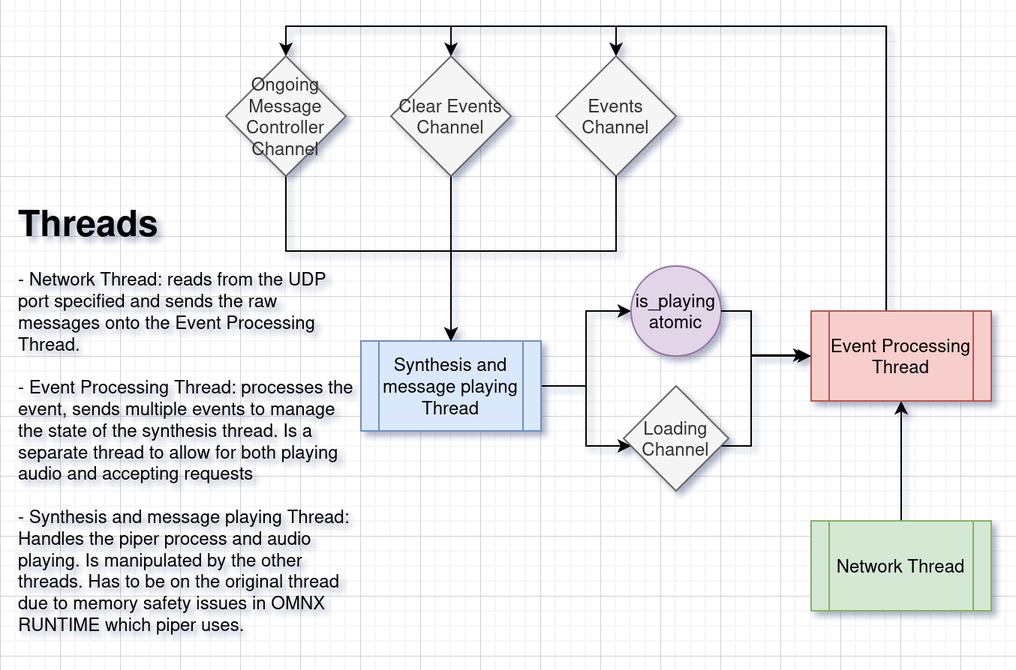
The draw.io diagram miTTenS/structure.png in Retkid/CDN, before a commit. Source tidied: cells renumbered, new cells last; positions are measured from the earlier drawing's top-left corner, leaving out a move shared by most shapes.
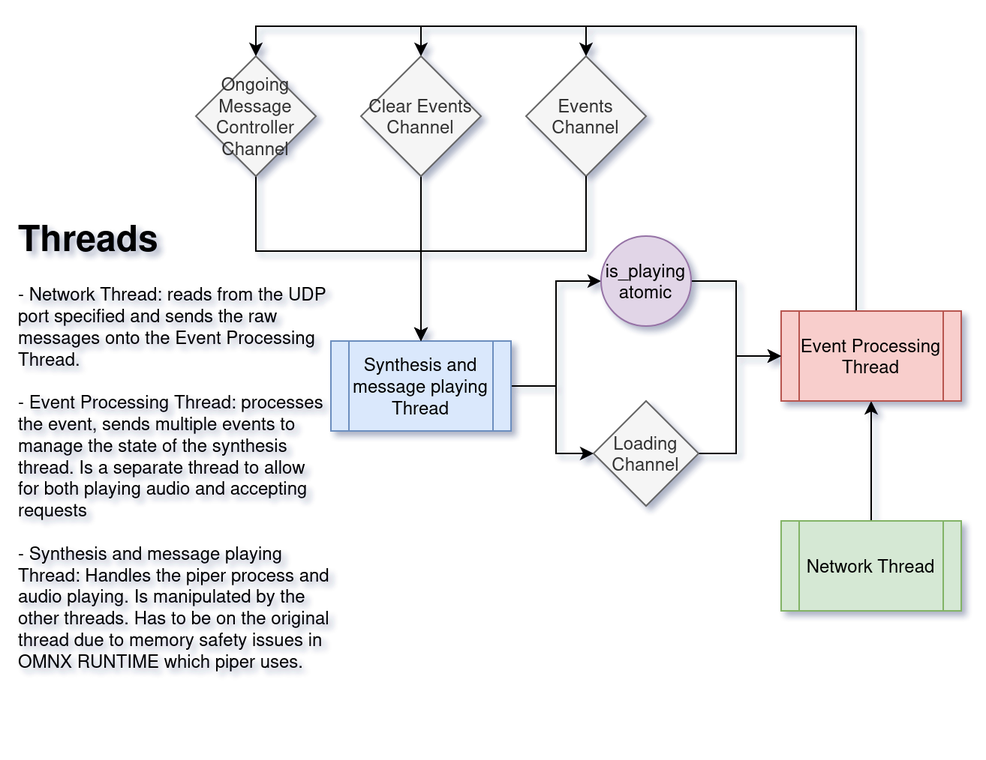
Above is the later version.

What changed in the source:
```diff
@@ -3,13 +3,18 @@
     <mxCell id="0" />
     <mxCell id="1" parent="0" />
     <mxCell id="2" style="edgeStyle=orthogonalEdgeStyle;rounded=0;jettySize=auto;html=1;entryX=0;entryY=0.5;entryDx=0;entryDy=0;" parent="1" edge="1" source="4" target="17">
-      <mxGeometry relative="1" as="geometry" />
+      <mxGeometry relative="1" as="geometry">
+        <Array as="points">
+          <mxPoint x="380" y="240" />
+          <mxPoint x="380" y="170" />
+        </Array>
+      </mxGeometry>
     </mxCell>
     <mxCell id="3" style="edgeStyle=orthogonalEdgeStyle;rounded=0;jettySize=auto;html=1;" parent="1" edge="1" source="4" target="19">
       <mxGeometry relative="1" as="geometry">
         <Array as="points">
           <mxPoint x="380" y="240" />
-          <mxPoint x="380" y="280" />
+          <mxPoint x="380" y="285" />
         </Array>
       </mxGeometry>
     </mxCell>
@@ -77,30 +82,30 @@
     <mxCell id="16" value="Ongoing Message Controller Channel" style="rhombus;whiteSpace=wrap;html=1;fillColor=#f5f5f5;strokeColor=#666666;fontColor=#333333;" parent="1" vertex="1">
       <mxGeometry x="140" y="20" width="80" height="80" as="geometry" />
     </mxCell>
+    <mxCell id="20" style="edgeStyle=orthogonalEdgeStyle;rounded=0;jettySize=auto;html=1;entryX=0;entryY=0.5;entryDx=0;entryDy=0;" parent="1" edge="1" source="17" target="10">
+      <mxGeometry relative="1" as="geometry">
+        <Array as="points">
+          <mxPoint x="500" y="170" />
+          <mxPoint x="500" y="220" />
+        </Array>
+      </mxGeometry>
+    </mxCell>
     <mxCell id="17" value="is_playing&lt;br&gt;atomic" style="ellipse;whiteSpace=wrap;html=1;fillColor=#e1d5e7;strokeColor=#9673a6;" parent="1" vertex="1">
-      <mxGeometry x="410" y="160" width="60" height="60" as="geometry" />
+      <mxGeometry x="410" y="140" width="60" height="60" as="geometry" />
     </mxCell>
     <mxCell id="18" style="edgeStyle=orthogonalEdgeStyle;rounded=0;jettySize=auto;html=1;entryX=0;entryY=0.5;entryDx=0;entryDy=0;" parent="1" edge="1" source="19" target="10">
       <mxGeometry relative="1" as="geometry">
         <Array as="points">
-          <mxPoint x="490" y="280" />
-          <mxPoint x="490" y="220" />
+          <mxPoint x="500" y="285" />
+          <mxPoint x="500" y="220" />
         </Array>
       </mxGeometry>
     </mxCell>
     <mxCell id="19" value="Loading Channel" style="rhombus;whiteSpace=wrap;html=1;fillColor=#f5f5f5;strokeColor=#666666;fontColor=#333333;" parent="1" vertex="1">
-      <mxGeometry x="405" y="240" width="70" height="70" as="geometry" />
+      <mxGeometry x="405" y="250" width="70" height="70" as="geometry" />
     </mxCell>
-    <mxCell id="20" style="edgeStyle=orthogonalEdgeStyle;rounded=0;jettySize=auto;html=1;entryX=-0.025;entryY=0.489;entryDx=0;entryDy=0;entryPerimeter=0;" parent="1" edge="1" source="17" target="10">
-      <mxGeometry relative="1" as="geometry">
-        <Array as="points">
-          <mxPoint x="490" y="190" />
-          <mxPoint x="490" y="219" />
-        </Array>
-      </mxGeometry>
-    </mxCell>
     <mxCell id="21" value="&lt;h1 style=&quot;margin-top: 0px;&quot;&gt;Threads&lt;/h1&gt;&lt;div&gt;- Network Thread: reads from the UDP port specified and sends the raw messages onto the Event Processing Thread.&lt;/div&gt;&lt;div&gt;&lt;br&gt;&lt;/div&gt;&lt;div&gt;- Event Processing Thread: processes the event, sends multiple events to manage the state of the synthesis thread. Is a separate thread to allow for both playing audio and accepting requests &lt;br&gt;&lt;/div&gt;&lt;div&gt;&lt;br&gt;&lt;/div&gt;&lt;div&gt;- Synthesis and message playing Thread: Handles the piper process and audio playing. Is manipulated by the other threads. Has to be on the original thread due to memory safety issues in OMNX RUNTIME which piper uses.&lt;br&gt;&lt;/div&gt;" style="text;html=1;whiteSpace=wrap;overflow=hidden;rounded=0;" parent="1" vertex="1">
-      <mxGeometry y="110" width="230" height="300" as="geometry" />
+      <mxGeometry x="20" y="120" width="210" height="350" as="geometry" />
     </mxCell>
   </root>
 </mxGraphModel>
```
